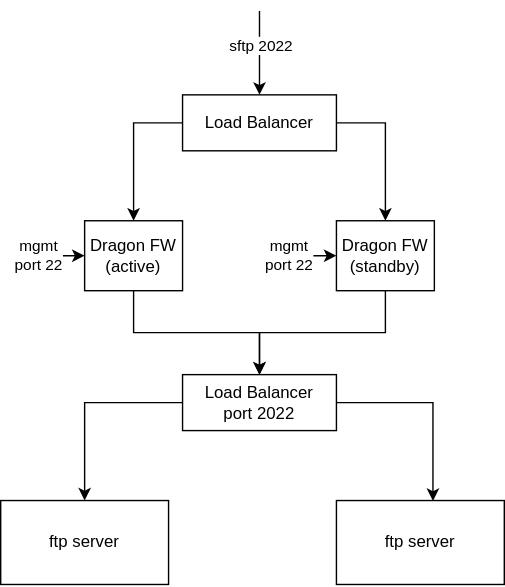
vjavle/invoicecloud keeps this draw.io diagram as ftpport22.svg. Above is the earlier version. Source tidied: cells renumbered, new cells last; positions are measured from the earlier drawing's top-left corner, leaving out a move shared by most shapes.
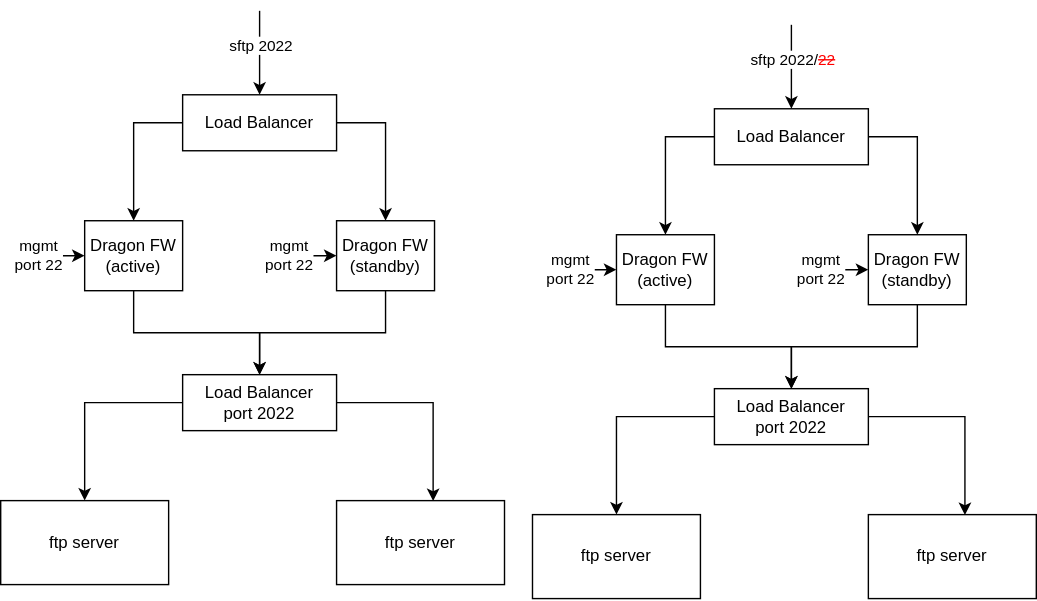
After the commit.

What changed in the source:
```diff
@@ -62,5 +62,65 @@
     <mxCell id="19" value="Dragon FW&lt;br&gt;(standby)" style="rounded=0;whiteSpace=wrap;html=1;" parent="1" vertex="1">
       <mxGeometry x="240" y="150" width="70" height="50" as="geometry" />
     </mxCell>
+    <mxCell id="20" style="edgeStyle=orthogonalEdgeStyle;rounded=0;jettySize=auto;html=1;startArrow=none;startFill=0;endArrow=classic;endFill=1;" parent="1" edge="1" source="23" target="28">
+      <mxGeometry relative="1" as="geometry" />
+    </mxCell>
+    <mxCell id="21" style="edgeStyle=orthogonalEdgeStyle;rounded=0;jettySize=auto;html=1;startArrow=classic;startFill=1;endArrow=none;endFill=0;" parent="1" edge="1" source="23">
+      <mxGeometry relative="1" as="geometry">
+        <mxPoint x="390" y="185" as="targetPoint" />
+      </mxGeometry>
+    </mxCell>
+    <mxCell id="22" value="mgmt&lt;br&gt;port 22" style="edgeLabel;html=1;align=center;verticalAlign=middle;" parent="21" vertex="1">
+      <mxGeometry x="0.32" relative="1" as="geometry" />
+    </mxCell>
+    <mxCell id="23" value="Dragon FW&lt;br&gt;(active)" style="rounded=0;whiteSpace=wrap;html=1;" parent="1" vertex="1">
+      <mxGeometry x="440" y="160" width="70" height="50" as="geometry" />
+    </mxCell>
+    <mxCell id="24" value="ftp server" style="rounded=0;whiteSpace=wrap;html=1;" parent="1" vertex="1">
+      <mxGeometry x="380" y="360" width="120" height="60" as="geometry" />
+    </mxCell>
+    <mxCell id="25" value="ftp server" style="rounded=0;whiteSpace=wrap;html=1;" parent="1" vertex="1">
+      <mxGeometry x="620" y="360" width="120" height="60" as="geometry" />
+    </mxCell>
+    <mxCell id="26" style="edgeStyle=orthogonalEdgeStyle;rounded=0;jettySize=auto;html=1;entryX=0.575;entryY=0.006;entryDx=0;entryDy=0;entryPerimeter=0;startArrow=none;startFill=0;endArrow=classic;endFill=1;exitX=1;exitY=0.5;exitDx=0;exitDy=0;" parent="1" edge="1" source="28" target="25">
+      <mxGeometry relative="1" as="geometry" />
+    </mxCell>
+    <mxCell id="27" style="edgeStyle=orthogonalEdgeStyle;rounded=0;jettySize=auto;html=1;startArrow=none;startFill=0;endArrow=classic;endFill=1;" parent="1" edge="1" source="28" target="24">
+      <mxGeometry relative="1" as="geometry" />
+    </mxCell>
+    <mxCell id="28" value="Load Balancer&lt;br&gt;port 2022" style="rounded=0;whiteSpace=wrap;html=1;" parent="1" vertex="1">
+      <mxGeometry x="510" y="270" width="110" height="40" as="geometry" />
+    </mxCell>
+    <mxCell id="29" style="edgeStyle=orthogonalEdgeStyle;rounded=0;jettySize=auto;html=1;entryX=0.5;entryY=0;entryDx=0;entryDy=0;startArrow=none;startFill=0;endArrow=classic;endFill=1;exitX=0;exitY=0.5;exitDx=0;exitDy=0;" parent="1" edge="1" source="33" target="23">
+      <mxGeometry relative="1" as="geometry" />
+    </mxCell>
+    <mxCell id="30" style="edgeStyle=orthogonalEdgeStyle;rounded=0;jettySize=auto;html=1;startArrow=none;startFill=0;endArrow=classic;endFill=1;exitX=1;exitY=0.5;exitDx=0;exitDy=0;" parent="1" edge="1" source="33" target="37">
+      <mxGeometry relative="1" as="geometry" />
+    </mxCell>
+    <mxCell id="31" style="edgeStyle=orthogonalEdgeStyle;rounded=0;jettySize=auto;html=1;startArrow=classic;startFill=1;endArrow=none;endFill=0;" parent="1" edge="1" source="33">
+      <mxGeometry relative="1" as="geometry">
+        <mxPoint x="565" y="10" as="targetPoint" />
+      </mxGeometry>
+    </mxCell>
+    <mxCell id="32" value="sftp 2022/&lt;font color=&quot;#ff0000&quot;&gt;&lt;strike&gt;22&lt;/strike&gt;&lt;/font&gt;" style="edgeLabel;html=1;align=center;verticalAlign=middle;" parent="31" vertex="1">
+      <mxGeometry x="0.17" y="-1" relative="1" as="geometry" />
+    </mxCell>
+    <mxCell id="33" value="Load Balancer" style="rounded=0;whiteSpace=wrap;html=1;" parent="1" vertex="1">
+      <mxGeometry x="510" y="70" width="110" height="40" as="geometry" />
+    </mxCell>
+    <mxCell id="34" style="edgeStyle=orthogonalEdgeStyle;rounded=0;jettySize=auto;html=1;startArrow=none;startFill=0;endArrow=classic;endFill=1;" parent="1" edge="1" source="37" target="28">
+      <mxGeometry relative="1" as="geometry" />
+    </mxCell>
+    <mxCell id="35" style="edgeStyle=orthogonalEdgeStyle;rounded=0;jettySize=auto;html=1;startArrow=classic;startFill=1;endArrow=none;endFill=0;" parent="1" edge="1" source="37">
+      <mxGeometry relative="1" as="geometry">
+        <mxPoint x="580" y="185" as="targetPoint" />
+      </mxGeometry>
+    </mxCell>
+    <mxCell id="36" value="mgmt&lt;br&gt;port 22" style="edgeLabel;html=1;align=center;verticalAlign=middle;" parent="35" vertex="1">
+      <mxGeometry x="0.72" relative="1" as="geometry" />
+    </mxCell>
+    <mxCell id="37" value="Dragon FW&lt;br&gt;(standby)" style="rounded=0;whiteSpace=wrap;html=1;" parent="1" vertex="1">
+      <mxGeometry x="620" y="160" width="70" height="50" as="geometry" />
+    </mxCell>
   </root>
 </mxGraphModel>
```
